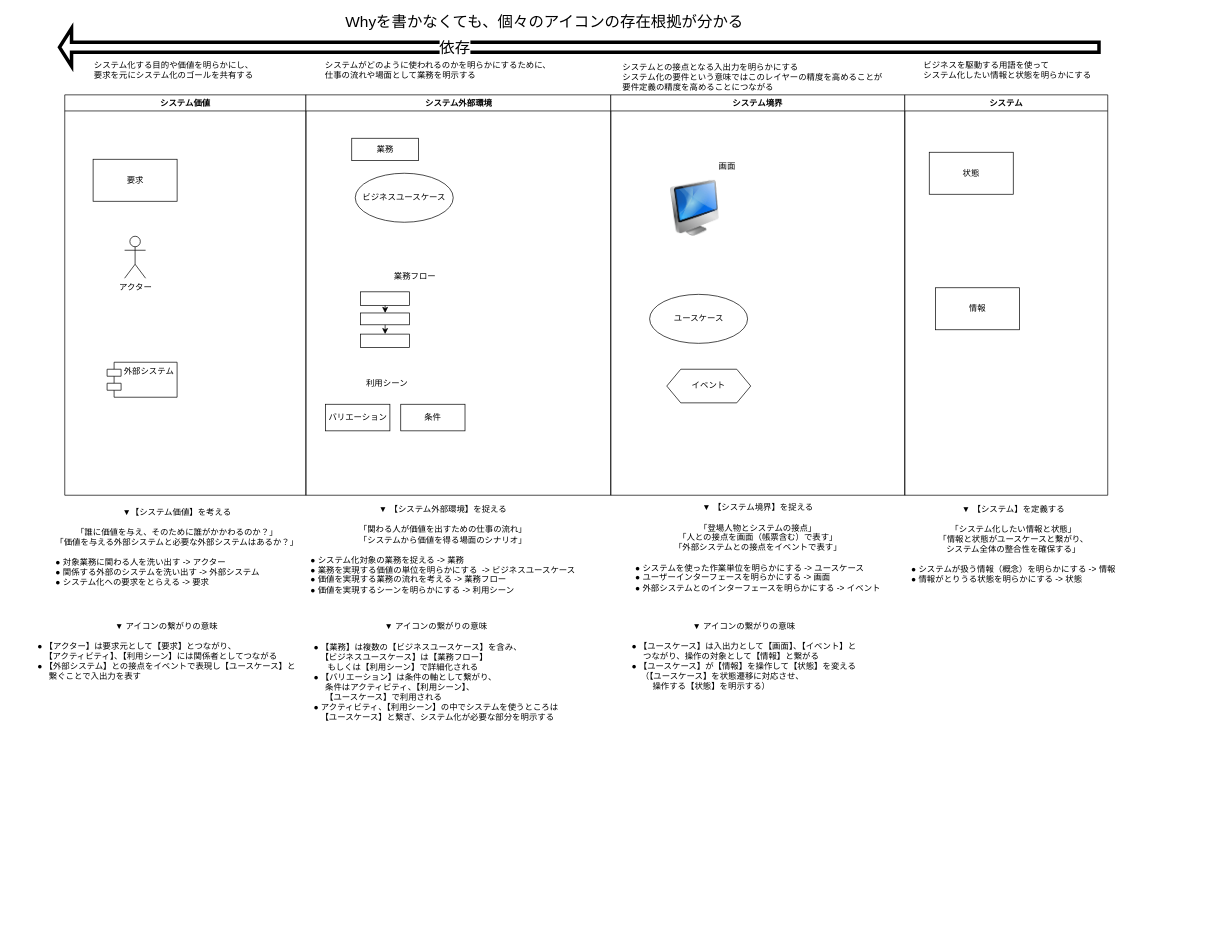
Before: documents/draw.io/RDRA.drawio in hibohiboo/kartagraph, a draw.io diagram. Source tidied: cells renumbered, new cells numbered last; positions are measured from the earlier drawing's top-left corner, leaving out a move shared by most shapes. Both pictures are drawn from the tidied source at 70%, with x=0, y=0 at pixel (29, 12).
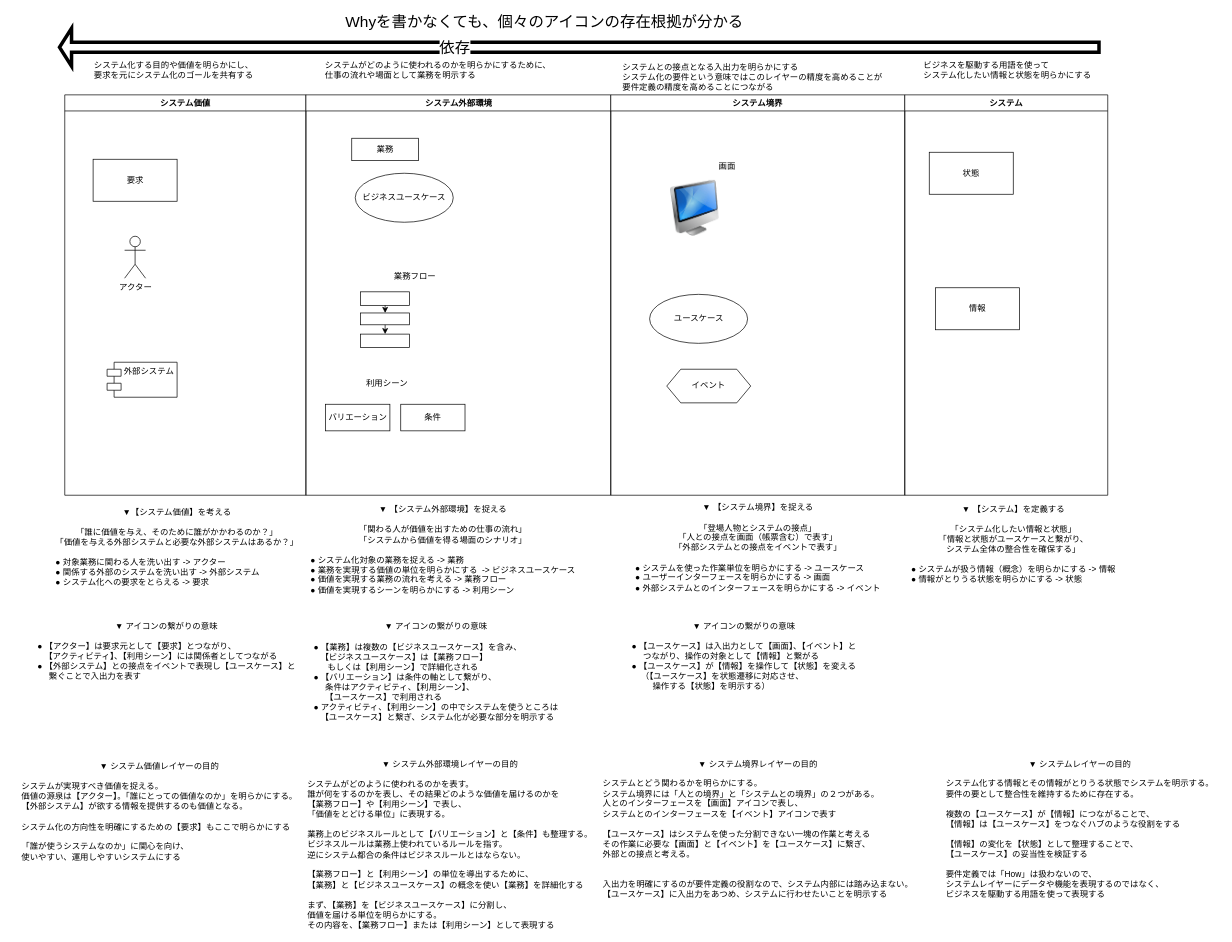
After the change.

Commit message:
add 各レイヤの目的 #149

Diff of the diagram source:
```diff
@@
+    <mxCell id="41" value="▼ システム価値レイヤーの目的&lt;br&gt;&lt;br&gt;&lt;div style=&quot;text-align: left&quot;&gt;システムが実現すべき価値を捉える。&lt;/div&gt;&lt;div style=&quot;text-align: left&quot;&gt;価値の源泉は【アクター】。「誰にとっての価値なのか」を明らかにする。&lt;/div&gt;&lt;div style=&quot;text-align: left&quot;&gt;【外部システム】が欲する情報を提供するのも価値となる。&lt;/div&gt;&lt;div style=&quot;text-align: left&quot;&gt;&lt;br&gt;&lt;/div&gt;&lt;div style=&quot;text-align: left&quot;&gt;システム化の方向性を明確にするための【要求】もここで明らかにする&lt;/div&gt;&lt;div style=&quot;text-align: left&quot;&gt;&lt;br&gt;&lt;/div&gt;&lt;div style=&quot;text-align: left&quot;&gt;「誰が使うシステムなのか」に関心を向け、&lt;/div&gt;&lt;div style=&quot;text-align: left&quot;&gt;使いやすい、運用しやすいシステムにする&lt;/div&gt;&lt;div style=&quot;text-align: left&quot;&gt;&lt;br&gt;&lt;/div&gt;" style="text;html=1;align=center;verticalAlign=middle;strokeColor=none;fillColor=none;fontSize=12;" parent="1" vertex="1">
+      <mxGeometry x="-25.5" y="1069" width="420" height="160" as="geometry" />
+    </mxCell>
+    <mxCell id="42" value="▼ システム外部環境レイヤーの目的&lt;br&gt;&lt;br&gt;&lt;div style=&quot;text-align: left&quot;&gt;システムがどのように使われるのかを表す。&lt;/div&gt;&lt;div style=&quot;text-align: left&quot;&gt;誰が何をするのかを表し、その結果どのような価値を届けるのかを&lt;/div&gt;&lt;div style=&quot;text-align: left&quot;&gt;【業務フロー】や【利用シーン】で表し、&lt;/div&gt;&lt;div style=&quot;text-align: left&quot;&gt;「価値をとどける単位」に表現する。&lt;/div&gt;&lt;div style=&quot;text-align: left&quot;&gt;&lt;br&gt;&lt;/div&gt;&lt;div style=&quot;text-align: left&quot;&gt;業務上のビジネスルールとして【バリエーション】と【条件】も整理する。&lt;/div&gt;&lt;div style=&quot;text-align: left&quot;&gt;ビジネスルールは業務上使われているルールを指す。&lt;/div&gt;&lt;div style=&quot;text-align: left&quot;&gt;逆にシステム都合の条件はビジネスルールとはならない。&lt;/div&gt;&lt;div style=&quot;text-align: left&quot;&gt;&lt;br&gt;&lt;/div&gt;&lt;div style=&quot;text-align: left&quot;&gt;【業務フロー】と【利用シーン】の単位を導出するために、&lt;/div&gt;&lt;div style=&quot;text-align: left&quot;&gt;【業務】と【ビジネスユースケース】の概念を使い【業務】を詳細化する&lt;/div&gt;&lt;div style=&quot;text-align: left&quot;&gt;&lt;br&gt;&lt;/div&gt;&lt;div style=&quot;text-align: left&quot;&gt;まず、【業務】を【ビジネスユースケース】に分割し、&lt;/div&gt;&lt;div style=&quot;text-align: left&quot;&gt;価値を届ける単位を明らかにする。&lt;/div&gt;&lt;div style=&quot;text-align: left&quot;&gt;その内容を、【業務フロー】または【利用シーン】として表現する&lt;/div&gt;" style="text;html=1;align=center;verticalAlign=middle;strokeColor=none;fillColor=none;fontSize=12;" parent="1" vertex="1">
+      <mxGeometry x="390" y="1069" width="420" height="240" as="geometry" />
+    </mxCell>
+    <mxCell id="43" value="▼ システム境界レイヤーの目的&lt;br&gt;&lt;br&gt;&lt;div style=&quot;text-align: left&quot;&gt;システムとどう関わるかを明らかにする。&lt;/div&gt;&lt;div style=&quot;text-align: left&quot;&gt;システム境界には「人との境界」と「システムとの境界」の２つがある。&lt;/div&gt;&lt;div style=&quot;text-align: left&quot;&gt;人とのインターフェースを【画面】アイコンで表し、&lt;/div&gt;&lt;div style=&quot;text-align: left&quot;&gt;システムとのインターフェースを【イベント】アイコンで表す&lt;/div&gt;&lt;div style=&quot;text-align: left&quot;&gt;&lt;br&gt;&lt;/div&gt;&lt;div style=&quot;text-align: left&quot;&gt;【ユースケース】はシステムを使った分割できない一塊の作業と考える&lt;/div&gt;&lt;div style=&quot;text-align: left&quot;&gt;その作業に必要な【画面】と【イベント】を【ユースケース】に繋ぎ、&lt;/div&gt;&lt;div style=&quot;text-align: left&quot;&gt;外部との接点と考える。&lt;/div&gt;&lt;div style=&quot;text-align: left&quot;&gt;&lt;br&gt;&lt;/div&gt;&lt;div style=&quot;text-align: left&quot;&gt;&lt;br&gt;&lt;/div&gt;&lt;div style=&quot;text-align: left&quot;&gt;入出力を明確にするのが要件定義の役割なので、システム内部には踏み込まない。&lt;/div&gt;&lt;div style=&quot;text-align: left&quot;&gt;【ユースケース】に入出力をあつめ、システムに行わせたいことを明示する&lt;/div&gt;&lt;div style=&quot;text-align: left&quot;&gt;&lt;br&gt;&lt;/div&gt;" style="text;html=1;align=center;verticalAlign=middle;strokeColor=none;fillColor=none;fontSize=12;" parent="1" vertex="1">
+      <mxGeometry x="810" y="1069" width="460" height="210" as="geometry" />
+    </mxCell>
+    <mxCell id="44" value="▼ システムレイヤーの目的&lt;br&gt;&lt;br&gt;&lt;div style=&quot;text-align: left&quot;&gt;システム化する情報とその情報がとりうる状態でシステムを明示する。&lt;/div&gt;&lt;div style=&quot;text-align: left&quot;&gt;要件の要として整合性を維持するために存在する。&lt;/div&gt;&lt;div style=&quot;text-align: left&quot;&gt;&lt;br&gt;&lt;/div&gt;&lt;div style=&quot;text-align: left&quot;&gt;複数の【ユースケース】が【情報】につながることで、&lt;/div&gt;&lt;div style=&quot;text-align: left&quot;&gt;【情報】は【ユースケース】をつなぐハブのような役割をする&lt;/div&gt;&lt;div style=&quot;text-align: left&quot;&gt;&lt;br&gt;&lt;/div&gt;&lt;div style=&quot;text-align: left&quot;&gt;【情報】の変化を【状態】として整理することで、&lt;/div&gt;&lt;div style=&quot;text-align: left&quot;&gt;【ユースケース】の妥当性を検証する&lt;/div&gt;&lt;div style=&quot;text-align: left&quot;&gt;&lt;br&gt;&lt;/div&gt;&lt;div style=&quot;text-align: left&quot;&gt;要件定義では「How」は扱わないので、&lt;/div&gt;&lt;div style=&quot;text-align: left&quot;&gt;システムレイヤーにデータや機能を表現するのではなく、&lt;/div&gt;&lt;div style=&quot;text-align: left&quot;&gt;ビジネスを駆動する用語を使って表現する&lt;/div&gt;&lt;div style=&quot;text-align: left&quot;&gt;&lt;br&gt;&lt;/div&gt;" style="text;html=1;align=center;verticalAlign=middle;strokeColor=none;fillColor=none;fontSize=12;" parent="1" vertex="1">
+      <mxGeometry x="1300" y="1069" width="400" height="210" as="geometry" />
+    </mxCell>
```
